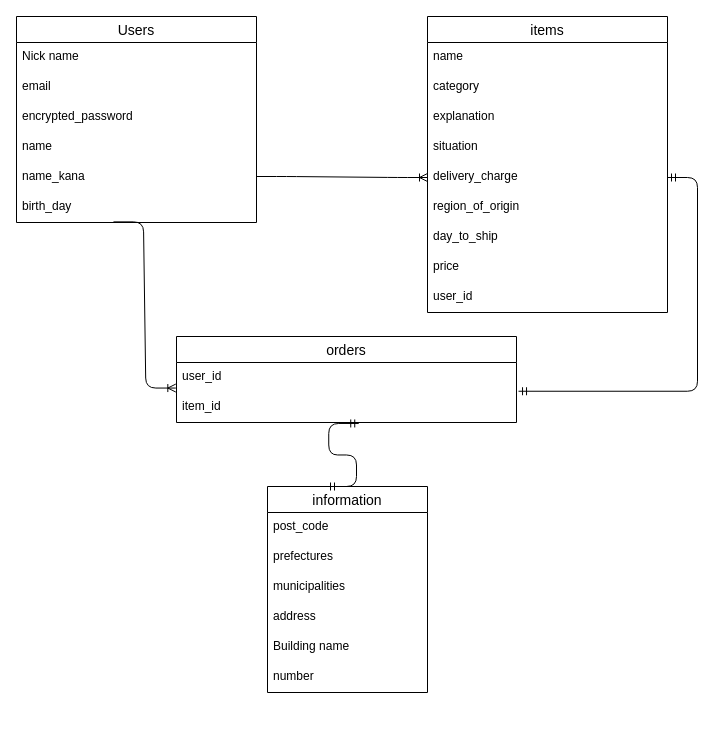
This is furima.dio from taki39384/furima-39384, a draw.io file, before an edit. Source tidied: cells renumbered, new cells numbered last; positions are measured from the earlier drawing's top-left corner, leaving out a move shared by most shapes. Both pictures are drawn from the tidied source at 100%, with x=0, y=0 at pixel (16, 16).
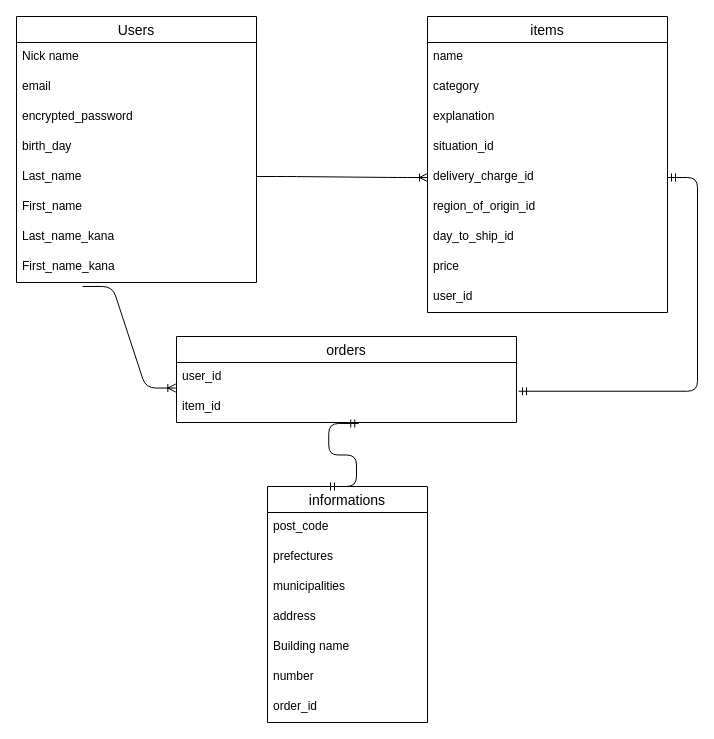
After the change.

Commit message (it also covers changes not shown here):
コードレビュー修正版

Unchanged cells that the change refers to:
```xml
<mxCell id="9" value="items" style="swimlane;fontStyle=0;horizontal=1;startSize=26;align=center;fontSize=14;" parent="1" vertex="1">
  <mxGeometry x="411" width="240" height="296" as="geometry" />
</mxCell>
<mxCell id="20" value="user_id" style="text;strokeColor=none;fillColor=none;spacingLeft=4;spacingRight=4;overflow=hidden;points=[[0,0.5],[1,0.5]];portConstraint=eastwest;fontSize=12;" parent="19" vertex="1">
  <mxGeometry y="26" width="340" height="30" as="geometry" />
</mxCell>
```

What changed in the source:
```diff
@@
     <mxCell id="2" value="Users" style="swimlane;fontStyle=0;horizontal=1;startSize=26;align=center;fontSize=14;" parent="1" vertex="1">
-      <mxGeometry width="240" height="206" as="geometry" />
+      <mxGeometry width="240" height="266" as="geometry" />
     </mxCell>
@@
+    <mxCell id="8" value="birth_day" style="text;strokeColor=none;fillColor=none;spacingLeft=4;spacingRight=4;overflow=hidden;points=[[0,0.5],[1,0.5]];portConstraint=eastwest;fontSize=12;" parent="2" vertex="1">
+      <mxGeometry y="116" width="240" height="30" as="geometry" />
+    </mxCell>
-    <mxCell id="6" value="name" style="text;strokeColor=none;fillColor=none;spacingLeft=4;spacingRight=4;overflow=hidden;fontSize=12;" parent="2" vertex="1">
-      <mxGeometry y="116" width="240" height="30" as="geometry" />
+    <mxCell id="6" value="Last_name" style="text;strokeColor=none;fillColor=none;spacingLeft=4;spacingRight=4;overflow=hidden;fontSize=12;" parent="2" vertex="1">
+      <mxGeometry y="146" width="240" height="30" as="geometry" />
     </mxCell>
-    <mxCell id="7" value="name_kana" style="text;strokeColor=none;fillColor=none;spacingLeft=4;spacingRight=4;overflow=hidden;fontSize=12;" parent="2" vertex="1">
-      <mxGeometry y="146" width="240" height="30" as="geometry" />
+    <mxCell id="7" value="First_name" style="text;strokeColor=none;fillColor=none;spacingLeft=4;spacingRight=4;overflow=hidden;fontSize=12;" parent="2" vertex="1">
+      <mxGeometry y="176" width="240" height="30" as="geometry" />
     </mxCell>
-    <mxCell id="8" value="birth_day" style="text;strokeColor=none;fillColor=none;spacingLeft=4;spacingRight=4;overflow=hidden;points=[[0,0.5],[1,0.5]];portConstraint=eastwest;fontSize=12;" parent="2" vertex="1">
-      <mxGeometry y="176" width="240" height="30" as="geometry" />
-    </mxCell>
+    <mxCell id="33" value="Last_name_kana" style="text;strokeColor=none;fillColor=none;spacingLeft=4;spacingRight=4;overflow=hidden;fontSize=12;" parent="2" vertex="1">
+      <mxGeometry y="206" width="240" height="30" as="geometry" />
+    </mxCell>
+    <mxCell id="34" value="First_name_kana" style="text;strokeColor=none;fillColor=none;spacingLeft=4;spacingRight=4;overflow=hidden;points=[[0,0.5],[1,0.5]];portConstraint=eastwest;fontSize=12;" parent="2" vertex="1">
+      <mxGeometry y="236" width="240" height="30" as="geometry" />
+    </mxCell>
@@
-    <mxCell id="13" value="situation" style="text;strokeColor=none;fillColor=none;spacingLeft=4;spacingRight=4;overflow=hidden;fontSize=12;" parent="9" vertex="1">
+    <mxCell id="13" value="situation_id" style="text;strokeColor=none;fillColor=none;spacingLeft=4;spacingRight=4;overflow=hidden;fontSize=12;" parent="9" vertex="1">
       <mxGeometry y="116" width="240" height="30" as="geometry" />
     </mxCell>
-    <mxCell id="14" value="delivery_charge" style="text;strokeColor=none;fillColor=none;spacingLeft=4;spacingRight=4;overflow=hidden;points=[[0,0.5],[1,0.5]];portConstraint=eastwest;fontSize=12;" parent="9" vertex="1">
+    <mxCell id="14" value="delivery_charge_id" style="text;strokeColor=none;fillColor=none;spacingLeft=4;spacingRight=4;overflow=hidden;points=[[0,0.5],[1,0.5]];portConstraint=eastwest;fontSize=12;" parent="9" vertex="1">
       <mxGeometry y="146" width="240" height="30" as="geometry" />
     </mxCell>
-    <mxCell id="15" value="region_of_origin" style="text;strokeColor=none;fillColor=none;spacingLeft=4;spacingRight=4;overflow=hidden;fontSize=12;" parent="9" vertex="1">
+    <mxCell id="15" value="region_of_origin_id" style="text;strokeColor=none;fillColor=none;spacingLeft=4;spacingRight=4;overflow=hidden;fontSize=12;" parent="9" vertex="1">
       <mxGeometry y="176" width="240" height="30" as="geometry" />
     </mxCell>
-    <mxCell id="16" value="day_to_ship" style="text;strokeColor=none;fillColor=none;spacingLeft=4;spacingRight=4;overflow=hidden;fontSize=12;" parent="9" vertex="1">
+    <mxCell id="16" value="day_to_ship_id" style="text;strokeColor=none;fillColor=none;spacingLeft=4;spacingRight=4;overflow=hidden;fontSize=12;" parent="9" vertex="1">
       <mxGeometry y="206" width="240" height="30" as="geometry" />
     </mxCell>
@@
-    <mxCell id="24" style="edgeStyle=entityRelationEdgeStyle;fontSize=12;html=1;endArrow=ERoneToMany;strokeColor=default;startSize=6;endSize=6;jumpSize=17;entryX=-0.002;entryY=0.852;entryDx=0;entryDy=0;entryPerimeter=0;exitX=0.404;exitY=0.979;exitDx=0;exitDy=0;exitPerimeter=0;" parent="1" edge="1" source="8" target="20">
+    <mxCell id="24" style="edgeStyle=entityRelationEdgeStyle;fontSize=12;html=1;endArrow=ERoneToMany;strokeColor=default;startSize=6;endSize=6;jumpSize=17;entryX=-0.002;entryY=0.852;entryDx=0;entryDy=0;entryPerimeter=0;exitX=0.275;exitY=1.133;exitDx=0;exitDy=0;exitPerimeter=0;" parent="1" edge="1" source="34" target="20">
       <mxGeometry relative="1" as="geometry" />
     </mxCell>
-    <mxCell id="25" value="information" style="swimlane;fontStyle=0;horizontal=1;startSize=26;align=center;fontSize=14;" parent="1" vertex="1">
-      <mxGeometry x="251" y="470" width="160" height="206" as="geometry" />
+    <mxCell id="25" value="informations" style="swimlane;fontStyle=0;horizontal=1;startSize=26;align=center;fontSize=14;" parent="1" vertex="1">
+      <mxGeometry x="251" y="470" width="160" height="236" as="geometry" />
     </mxCell>
@@
+    <mxCell id="35" value="order_id" style="text;strokeColor=none;fillColor=none;spacingLeft=4;spacingRight=4;overflow=hidden;fontSize=12;" parent="25" vertex="1">
+      <mxGeometry y="206" width="160" height="30" as="geometry" />
+    </mxCell>
```
